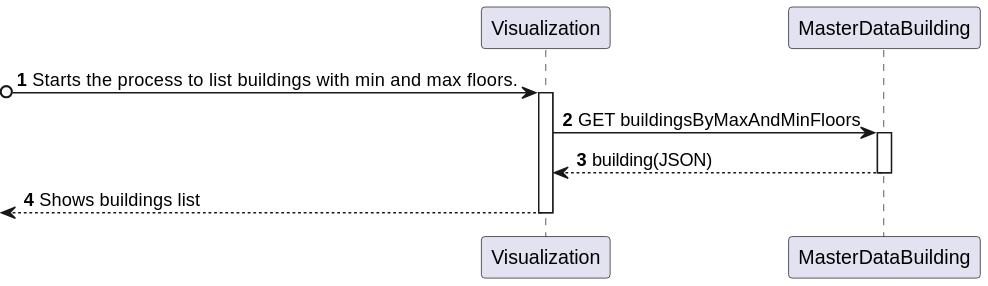
The PlantUML diagram Visualization/docs/US_1050/Diagrams/Level2/ProcessView.svg in Pedro-Pereira1/sem5pi_23_24_g056_Visualization, before a commit.
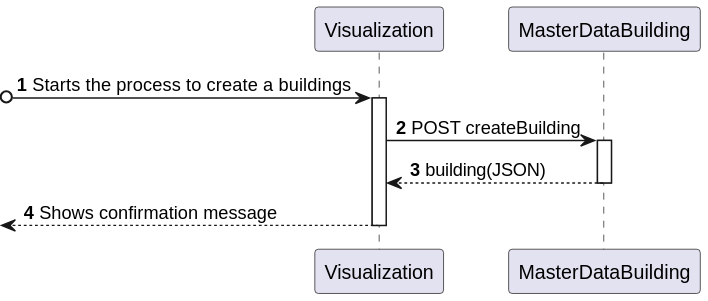
The same diagram one commit later.

The edit, as a diff of the source:
```diff
@@ -1,18 +1,20 @@
 @startuml
+
 autonumber
 
 participant Visualization
 participant "MasterDataBuilding" as GI
 
-?o-> Visualization: Starts the process to  list buildings with min and max floors.
+?o-> Visualization: Starts the process to create a buildings
 activate Visualization
 
-
-Visualization -> GI: GET buildingsByMaxAndMinFloors
+Visualization -> GI: POST createBuilding
 activate GI
 GI --> Visualization: building(JSON)
 deactivate GI
 
-<-- Visualization: Shows buildings list
+<-- Visualization: Shows confirmation message
 deactivate Visualization
+
+
 @enduml
```
